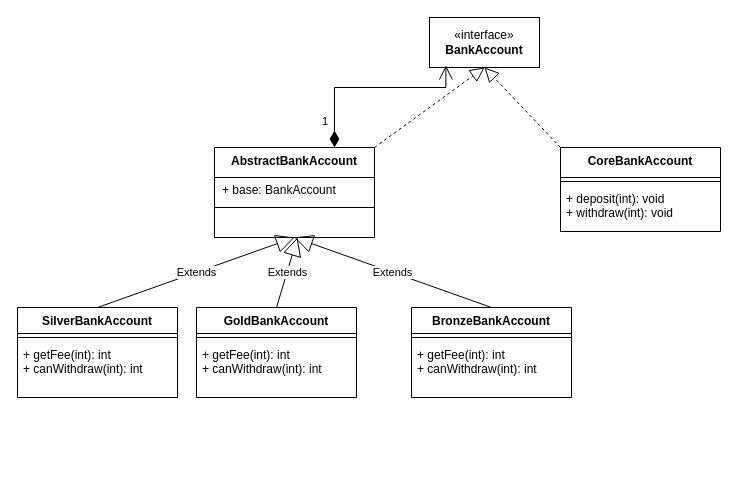
Above: diagrams/e1/bank_account_decorator.drawio in g-mainardi/pps-lab01b (draw.io), before the change. Source tidied: cells renumbered, new cells numbered last; positions are measured from the earlier drawing's top-left corner, leaving out a move shared by most shapes. Both pictures are drawn from the tidied source at 100%, with x=0, y=0 at pixel (17, 17).
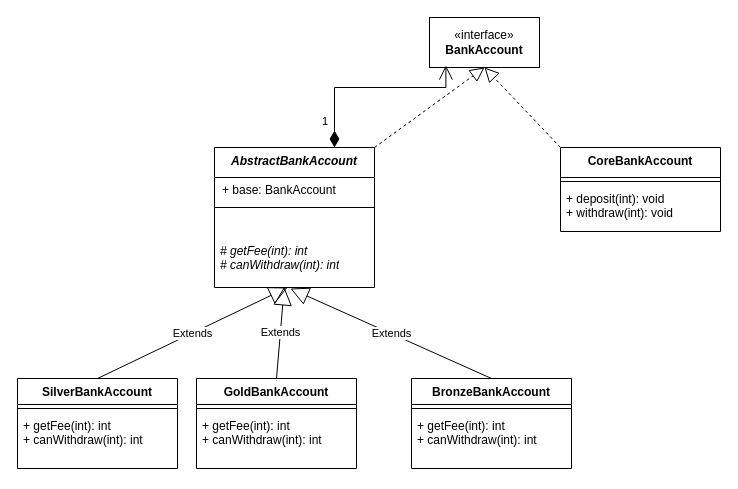
The same page after the edit.

Commit message (it also covers changes not shown here):
Update e1 diagram with abstract notation

Change to the diagram source:
```diff
@@
-    <mxCell id="6" value="AbstractBankAccount" style="swimlane;fontStyle=1;align=center;verticalAlign=top;horizontal=1;startSize=30;whiteSpace=wrap;html=1;" parent="1" vertex="1">
-      <mxGeometry x="197" y="130" width="160" height="90" as="geometry" />
+    <mxCell id="6" value="&lt;i&gt;AbstractBankAccount&lt;/i&gt;" style="swimlane;fontStyle=1;align=center;verticalAlign=top;horizontal=1;startSize=30;whiteSpace=wrap;html=1;" parent="1" vertex="1">
+      <mxGeometry x="197" y="130" width="160" height="140" as="geometry" />
     </mxCell>
@@
+    <mxCell id="24" value="&lt;i&gt;# getFee(int): int&lt;/i&gt;&lt;div&gt;&lt;i&gt;# canWithdraw(int): int&lt;/i&gt;&lt;/div&gt;&lt;div&gt;&lt;br&gt;&lt;/div&gt;" style="text;strokeColor=none;fillColor=none;align=left;verticalAlign=top;spacingLeft=4;spacingRight=4;overflow=hidden;points=[[0,0.5],[1,0.5]];portConstraint=eastwest;whiteSpace=wrap;html=1;" parent="6" vertex="1">
+      <mxGeometry y="90" width="160" height="50" as="geometry" />
+    </mxCell>
@@
     <mxCell id="9" value="SilverBankAccount&lt;div&gt;&lt;br&gt;&lt;/div&gt;" style="swimlane;fontStyle=1;align=center;verticalAlign=top;horizontal=1;startSize=26;whiteSpace=wrap;html=1;" parent="1" vertex="1">
-      <mxGeometry y="290" width="160" height="90" as="geometry" />
+      <mxGeometry y="361" width="160" height="90" as="geometry" />
     </mxCell>
@@
-    <mxCell id="14" value="Extends" style="endArrow=block;endSize=16;endFill=0;html=1;rounded=0;exitX=0.5;exitY=0;exitDx=0;exitDy=0;entryX=0.5;entryY=1;entryDx=0;entryDy=0;" parent="1" edge="1" source="9" target="6">
-      <mxGeometry relative="1" as="geometry" />
+    <mxCell id="14" value="Extends" style="endArrow=block;endSize=16;endFill=0;html=1;rounded=0;exitX=0.5;exitY=0;exitDx=0;exitDy=0;" parent="1" edge="1" source="9">
+      <mxGeometry relative="1" as="geometry">
+        <mxPoint x="270" y="270" as="targetPoint" />
+      </mxGeometry>
     </mxCell>
@@
     <mxCell id="16" value="GoldBankAccount&lt;div&gt;&lt;br&gt;&lt;/div&gt;" style="swimlane;fontStyle=1;align=center;verticalAlign=top;horizontal=1;startSize=26;whiteSpace=wrap;html=1;" parent="1" vertex="1">
-      <mxGeometry x="179" y="290" width="160" height="90" as="geometry" />
+      <mxGeometry x="179" y="361" width="160" height="90" as="geometry" />
     </mxCell>
@@
-    <mxCell id="19" value="Extends" style="endArrow=block;endSize=16;endFill=0;html=1;rounded=0;exitX=0.5;exitY=0;exitDx=0;exitDy=0;" parent="1" edge="1" source="16">
-      <mxGeometry x="0.01" relative="1" as="geometry">
-        <mxPoint x="280" y="220" as="targetPoint" />
-      </mxGeometry>
+    <mxCell id="19" value="Extends" style="endArrow=block;endSize=16;endFill=0;html=1;rounded=0;exitX=0.5;exitY=0;exitDx=0;exitDy=0;entryX=0.436;entryY=0.988;entryDx=0;entryDy=0;entryPerimeter=0;" parent="1" edge="1" source="16" target="24">
+      <mxGeometry x="0.01" relative="1" as="geometry" />
     </mxCell>
     <mxCell id="20" value="BronzeBankAccount&lt;div&gt;&lt;br&gt;&lt;/div&gt;" style="swimlane;fontStyle=1;align=center;verticalAlign=top;horizontal=1;startSize=26;whiteSpace=wrap;html=1;" parent="1" vertex="1">
-      <mxGeometry x="394" y="290" width="160" height="90" as="geometry" />
+      <mxGeometry x="394" y="361" width="160" height="90" as="geometry" />
     </mxCell>
@@
-    <mxCell id="23" value="Extends" style="endArrow=block;endSize=16;endFill=0;html=1;rounded=0;exitX=0.5;exitY=0;exitDx=0;exitDy=0;entryX=0.5;entryY=1;entryDx=0;entryDy=0;" parent="1" edge="1" source="20" target="6">
+    <mxCell id="23" value="Extends" style="endArrow=block;endSize=16;endFill=0;html=1;rounded=0;exitX=0.5;exitY=0;exitDx=0;exitDy=0;entryX=0.474;entryY=1.021;entryDx=0;entryDy=0;entryPerimeter=0;" parent="1" edge="1" source="20" target="24">
       <mxGeometry relative="1" as="geometry" />
     </mxCell>
```
